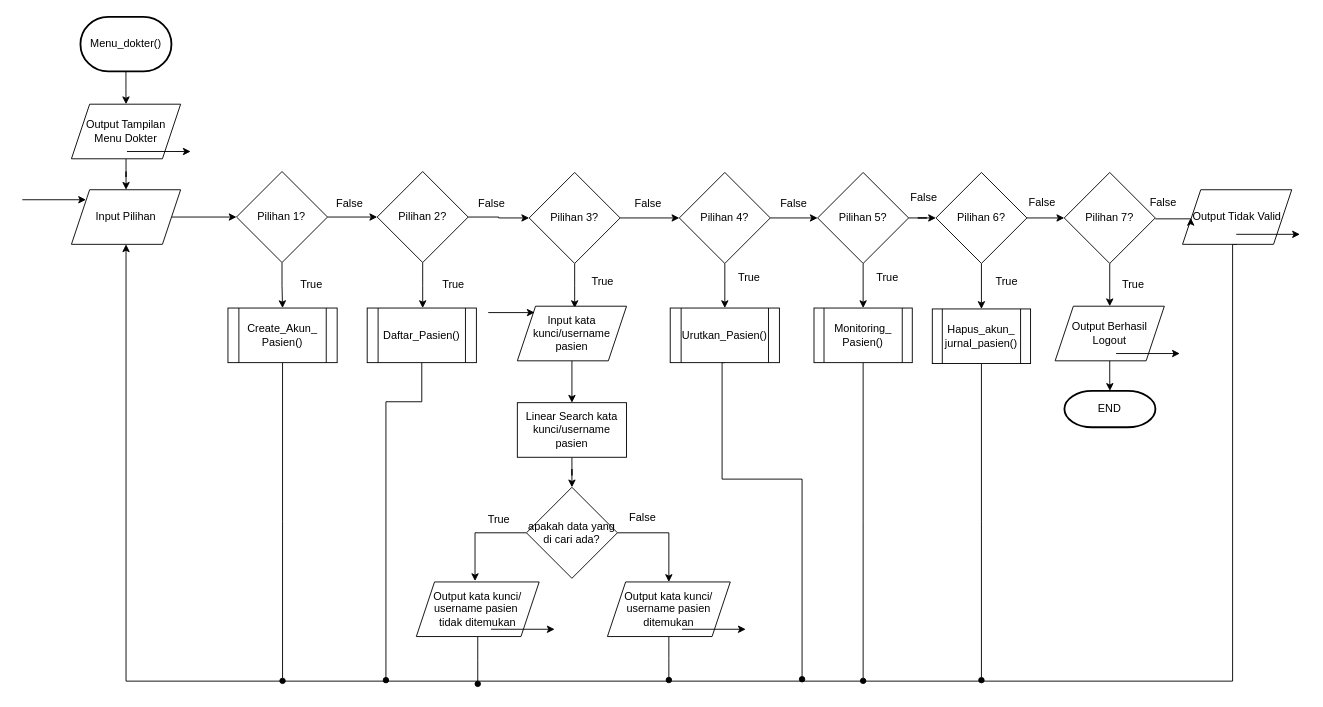
The draw.io diagram page "menu-dokter" (9 of 16) of flowchart/semuanyadrawio.drawio in mouriiuu/pa-aplikasi-sleep-monitoring, before the edit. Source tidied: cells renumbered, new cells numbered last; positions are measured from the earlier drawing's top-left corner, leaving out a move shared by most shapes. Both pictures are drawn from the tidied source at 91%, with x=0, y=0 at pixel (22, 16).
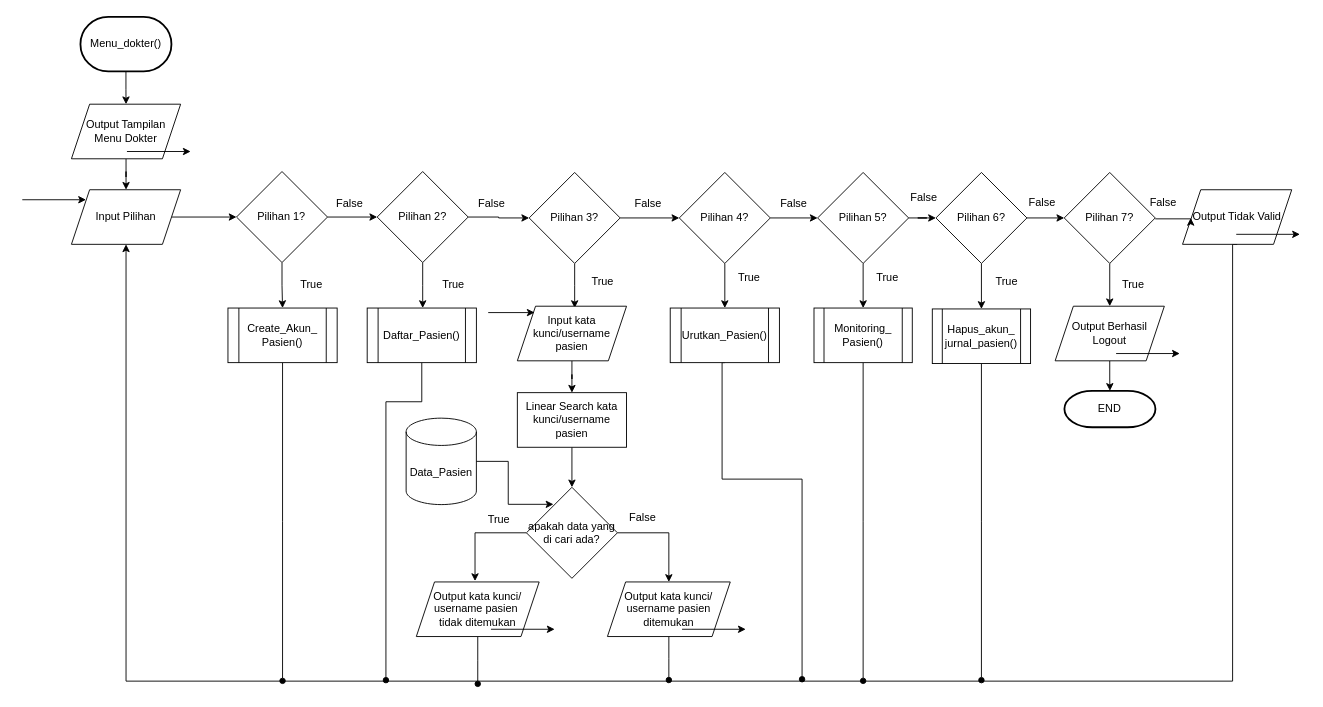
After the change.

The change refers to these unchanged cells:
```xml
<mxCell id="69" value="apakah data yang di cari ada?" style="strokeWidth=1;html=1;shape=mxgraph.flowchart.decision;whiteSpace=wrap;" parent="1" vertex="1">
  <mxGeometry x="554" y="517" width="100" height="100" as="geometry" />
</mxCell>
```

The edit, as a diff of the source:
```diff
@@
     <mxCell id="53" value="Linear Search kata kunci/username pasien" style="rounded=0;whiteSpace=wrap;html=1;" parent="1" vertex="1">
-      <mxGeometry x="544" y="424" width="120" height="60" as="geometry" />
+      <mxGeometry x="544" y="413" width="120" height="60" as="geometry" />
     </mxCell>
@@
+    <mxCell id="78" value="Data_Pasien" style="shape=cylinder3;whiteSpace=wrap;html=1;boundedLbl=1;backgroundOutline=1;size=15;" parent="1" vertex="1">
+      <mxGeometry x="421.8" y="441" width="77.2" height="95" as="geometry" />
+    </mxCell>
+    <mxCell id="79" style="edgeStyle=orthogonalEdgeStyle;rounded=0;jettySize=auto;html=1;entryX=0.297;entryY=0.187;entryDx=0;entryDy=0;entryPerimeter=0;" parent="1" edge="1" source="78" target="69">
+      <mxGeometry relative="1" as="geometry">
+        <Array as="points">
+          <mxPoint x="534" y="489" />
+          <mxPoint x="534" y="536" />
+        </Array>
+      </mxGeometry>
+    </mxCell>
```
